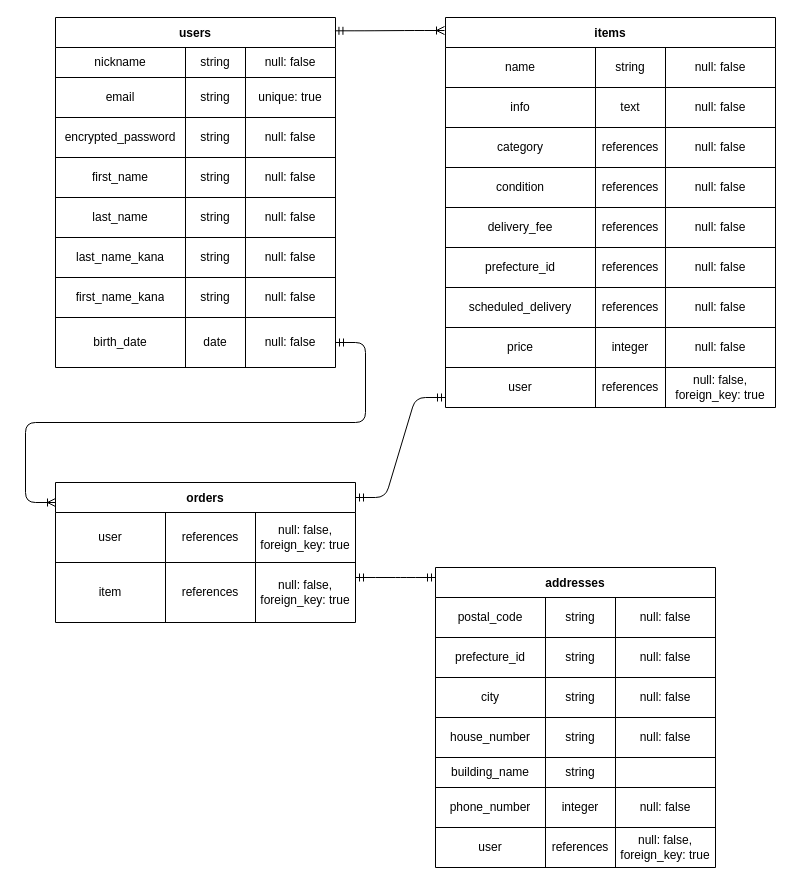
Earlier version of the draw.io diagram furima.dio (shunpikun/furima-36852). Source tidied: cells renumbered, new cells numbered last; positions are measured from the earlier drawing's top-left corner, leaving out a move shared by most shapes. Both pictures are drawn from the tidied source at 100%, with x=0, y=0 at pixel (55, 17).
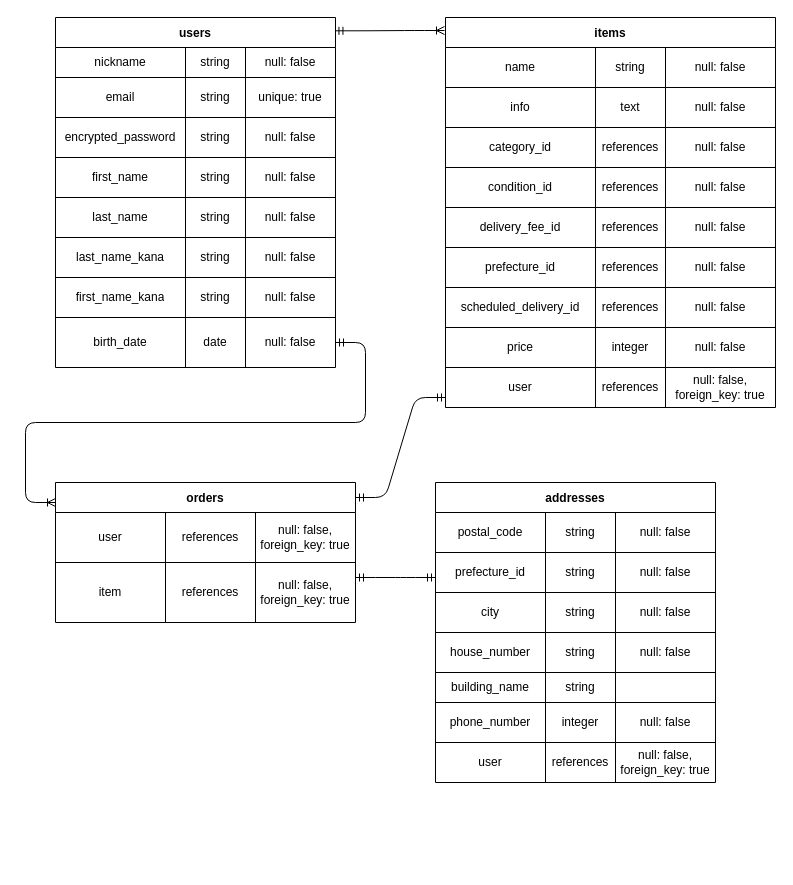
After the change.

Unchanged cells that the change refers to:
```xml
<mxCell id="44" style="shape=partialRectangle;html=1;whiteSpace=wrap;fillColor=none;top=0;left=0;bottom=0;right=0;" parent="35" vertex="1">
  <mxGeometry y="110" width="330" height="40" as="geometry" />
</mxCell>
<mxCell id="48" style="shape=partialRectangle;html=1;whiteSpace=wrap;fillColor=none;top=0;left=0;bottom=0;right=0;" parent="35" vertex="1">
  <mxGeometry y="150" width="330" height="40" as="geometry" />
</mxCell>
<mxCell id="52" style="shape=partialRectangle;html=1;whiteSpace=wrap;fillColor=none;top=0;left=0;bottom=0;right=0;" parent="35" vertex="1">
  <mxGeometry y="190" width="330" height="40" as="geometry" />
</mxCell>
<mxCell id="60" style="shape=partialRectangle;html=1;whiteSpace=wrap;fillColor=none;top=0;left=0;bottom=0;right=0;" parent="35" vertex="1">
  <mxGeometry y="270" width="330" height="40" as="geometry" />
</mxCell>
```

What changed in the source:
```diff
@@
-    <mxCell id="45" value="category" style="shape=partialRectangle;html=1;whiteSpace=wrap;fillColor=none;top=0;left=0;bottom=0;right=0;overflow=hidden;" parent="44" vertex="1">
+    <mxCell id="45" value="category_id" style="shape=partialRectangle;html=1;whiteSpace=wrap;fillColor=none;top=0;left=0;bottom=0;right=0;overflow=hidden;" parent="44" vertex="1">
       <mxGeometry width="150" height="40" as="geometry" />
     </mxCell>
@@
-    <mxCell id="49" value="condition" style="shape=partialRectangle;html=1;whiteSpace=wrap;fillColor=none;top=0;left=0;bottom=0;right=0;overflow=hidden;" parent="48" vertex="1">
+    <mxCell id="49" value="condition_id" style="shape=partialRectangle;html=1;whiteSpace=wrap;fillColor=none;top=0;left=0;bottom=0;right=0;overflow=hidden;" parent="48" vertex="1">
       <mxGeometry width="150" height="40" as="geometry" />
     </mxCell>
@@
-    <mxCell id="53" value="delivery_fee" style="shape=partialRectangle;html=1;whiteSpace=wrap;fillColor=none;top=0;left=0;bottom=0;right=0;overflow=hidden;" parent="52" vertex="1">
+    <mxCell id="53" value="delivery_fee_id" style="shape=partialRectangle;html=1;whiteSpace=wrap;fillColor=none;top=0;left=0;bottom=0;right=0;overflow=hidden;" parent="52" vertex="1">
       <mxGeometry width="150" height="40" as="geometry" />
     </mxCell>
@@
-    <mxCell id="61" value="scheduled_delivery" style="shape=partialRectangle;html=1;whiteSpace=wrap;fillColor=none;top=0;left=0;bottom=0;right=0;overflow=hidden;" parent="60" vertex="1">
+    <mxCell id="61" value="scheduled_delivery_id" style="shape=partialRectangle;html=1;whiteSpace=wrap;fillColor=none;top=0;left=0;bottom=0;right=0;overflow=hidden;" parent="60" vertex="1">
       <mxGeometry width="150" height="40" as="geometry" />
     </mxCell>
@@
     <mxCell id="73" value="addresses" style="shape=table;startSize=30;childLayout=tableLayout;fontStyle=1;align=center;" parent="1" vertex="1">
-      <mxGeometry x="380" y="550" width="280" height="300" as="geometry" />
+      <mxGeometry x="380" y="465" width="280" height="300" as="geometry" />
     </mxCell>
```
